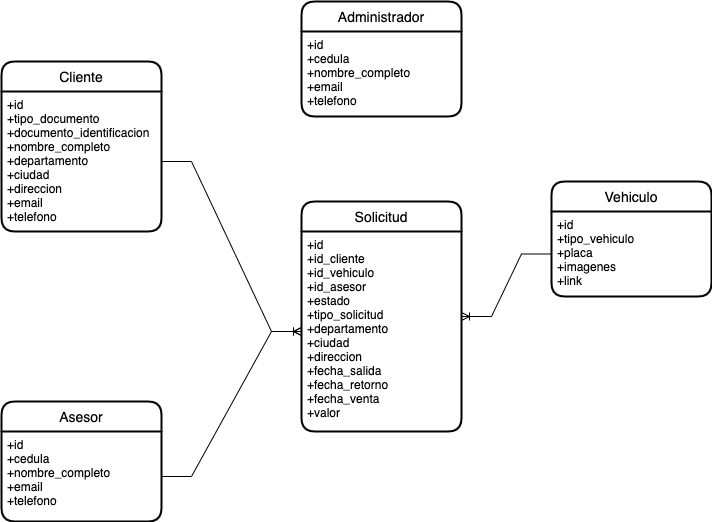
Above: SmartVehicleEntities.png in wtrianav/SmartVehicleApp (draw.io), before the change. Source tidied: cells renumbered, new cells last; positions are measured from the earlier drawing's top-left corner, leaving out a move shared by most shapes.
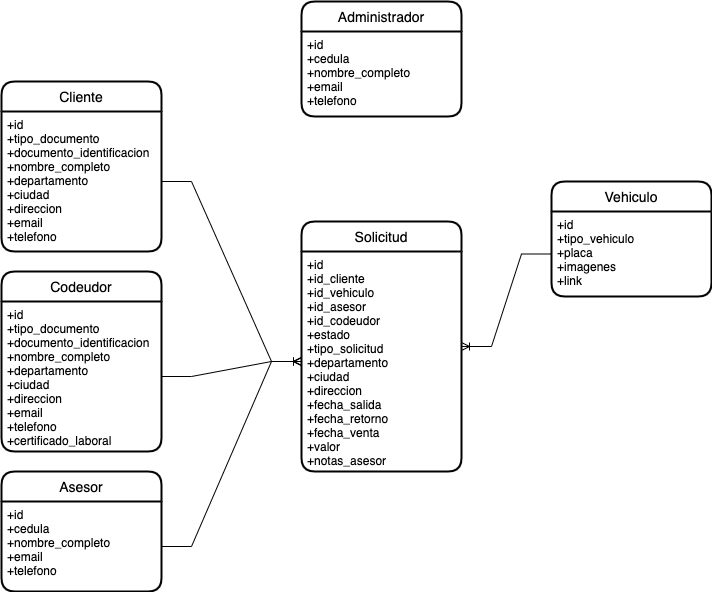
The same file after the commit.

Commit message:
Se actualiza el diagrama de entidades.

The edit, as a diff of the source:
```diff
@@ -9,13 +9,13 @@
       <mxGeometry y="30" width="160" height="85" as="geometry" />
     </mxCell>
     <mxCell id="4" value="Asesor" style="swimlane;horizontal=1;startSize=30;rounded=1;fontSize=14;fontStyle=0;strokeWidth=2;shadow=0;dashed=0;align=center;" parent="1" vertex="1">
-      <mxGeometry y="400" width="160" height="120" as="geometry" />
+      <mxGeometry y="470" width="160" height="120" as="geometry" />
     </mxCell>
     <mxCell id="5" value="+id&#10;+cedula&#10;+nombre_completo&#10;+email&#10;+telefono&#10;" style="align=left;strokeColor=none;fillColor=none;spacingLeft=4;fontSize=12;verticalAlign=top;" parent="4" vertex="1">
       <mxGeometry y="30" width="160" height="90" as="geometry" />
     </mxCell>
     <mxCell id="6" value="Cliente" style="swimlane;horizontal=1;startSize=30;rounded=1;fontSize=14;fontStyle=0;strokeWidth=2;shadow=0;dashed=0;align=center;" parent="1" vertex="1">
-      <mxGeometry y="60" width="160" height="170" as="geometry" />
+      <mxGeometry y="80" width="160" height="170" as="geometry" />
     </mxCell>
     <mxCell id="7" value="+id&#10;+tipo_documento&#10;+documento_identificacion&#10;+nombre_completo&#10;+departamento&#10;+ciudad&#10;+direccion&#10;+email&#10;+telefono" style="align=left;strokeColor=none;fillColor=none;spacingLeft=4;fontSize=12;verticalAlign=top;" parent="6" vertex="1">
       <mxGeometry y="30" width="160" height="140" as="geometry" />
@@ -27,10 +27,10 @@
       <mxGeometry y="30" width="160" height="85" as="geometry" />
     </mxCell>
     <mxCell id="10" value="Solicitud" style="swimlane;horizontal=1;startSize=30;rounded=1;fontSize=14;fontStyle=0;strokeWidth=2;shadow=0;dashed=0;align=center;" parent="1" vertex="1">
-      <mxGeometry x="300" y="200" width="160" height="230" as="geometry" />
+      <mxGeometry x="300" y="220" width="160" height="250" as="geometry" />
     </mxCell>
-    <mxCell id="11" value="+id&#10;+id_cliente&#10;+id_vehiculo&#10;+id_asesor&#10;+estado&#10;+tipo_solicitud&#10;+departamento&#10;+ciudad&#10;+direccion&#10;+fecha_salida&#10;+fecha_retorno&#10;+fecha_venta&#10;+valor&#10;" style="align=left;strokeColor=none;fillColor=none;spacingLeft=4;fontSize=12;verticalAlign=top;" parent="10" vertex="1">
-      <mxGeometry y="30" width="160" height="200" as="geometry" />
+    <mxCell id="11" value="+id&#10;+id_cliente&#10;+id_vehiculo&#10;+id_asesor&#10;+id_codeudor&#10;+estado&#10;+tipo_solicitud&#10;+departamento&#10;+ciudad&#10;+direccion&#10;+fecha_salida&#10;+fecha_retorno&#10;+fecha_venta&#10;+valor&#10;+notas_asesor&#10;&#10;" style="align=left;strokeColor=none;fillColor=none;spacingLeft=4;fontSize=12;verticalAlign=top;" parent="10" vertex="1">
+      <mxGeometry y="30" width="160" height="220" as="geometry" />
     </mxCell>
     <mxCell id="12" style="edgeStyle=entityRelationEdgeStyle;fontSize=12;html=1;endArrow=ERoneToMany;rounded=0;" parent="1" edge="1" source="9" target="10">
       <mxGeometry relative="1" as="geometry" />
@@ -41,5 +41,14 @@
     <mxCell id="14" style="edgeStyle=entityRelationEdgeStyle;fontSize=12;html=1;endArrow=ERoneToMany;rounded=0;" parent="1" edge="1" source="7" target="11">
       <mxGeometry relative="1" as="geometry" />
     </mxCell>
+    <mxCell id="15" value="Codeudor" style="swimlane;horizontal=1;startSize=30;rounded=1;fontSize=14;fontStyle=0;strokeWidth=2;shadow=0;dashed=0;align=center;" parent="1" vertex="1">
+      <mxGeometry y="270" width="160" height="180" as="geometry" />
+    </mxCell>
+    <mxCell id="16" value="+id&#10;+tipo_documento&#10;+documento_identificacion&#10;+nombre_completo&#10;+departamento&#10;+ciudad&#10;+direccion&#10;+email&#10;+telefono&#10;+certificado_laboral&#10;" style="align=left;strokeColor=none;fillColor=none;spacingLeft=4;fontSize=12;verticalAlign=top;" parent="15" vertex="1">
+      <mxGeometry y="30" width="160" height="150" as="geometry" />
+    </mxCell>
+    <mxCell id="17" style="edgeStyle=entityRelationEdgeStyle;fontSize=12;html=1;endArrow=ERoneToMany;rounded=0;" parent="1" edge="1" source="16" target="11">
+      <mxGeometry relative="1" as="geometry" />
+    </mxCell>
   </root>
 </mxGraphModel>
```
